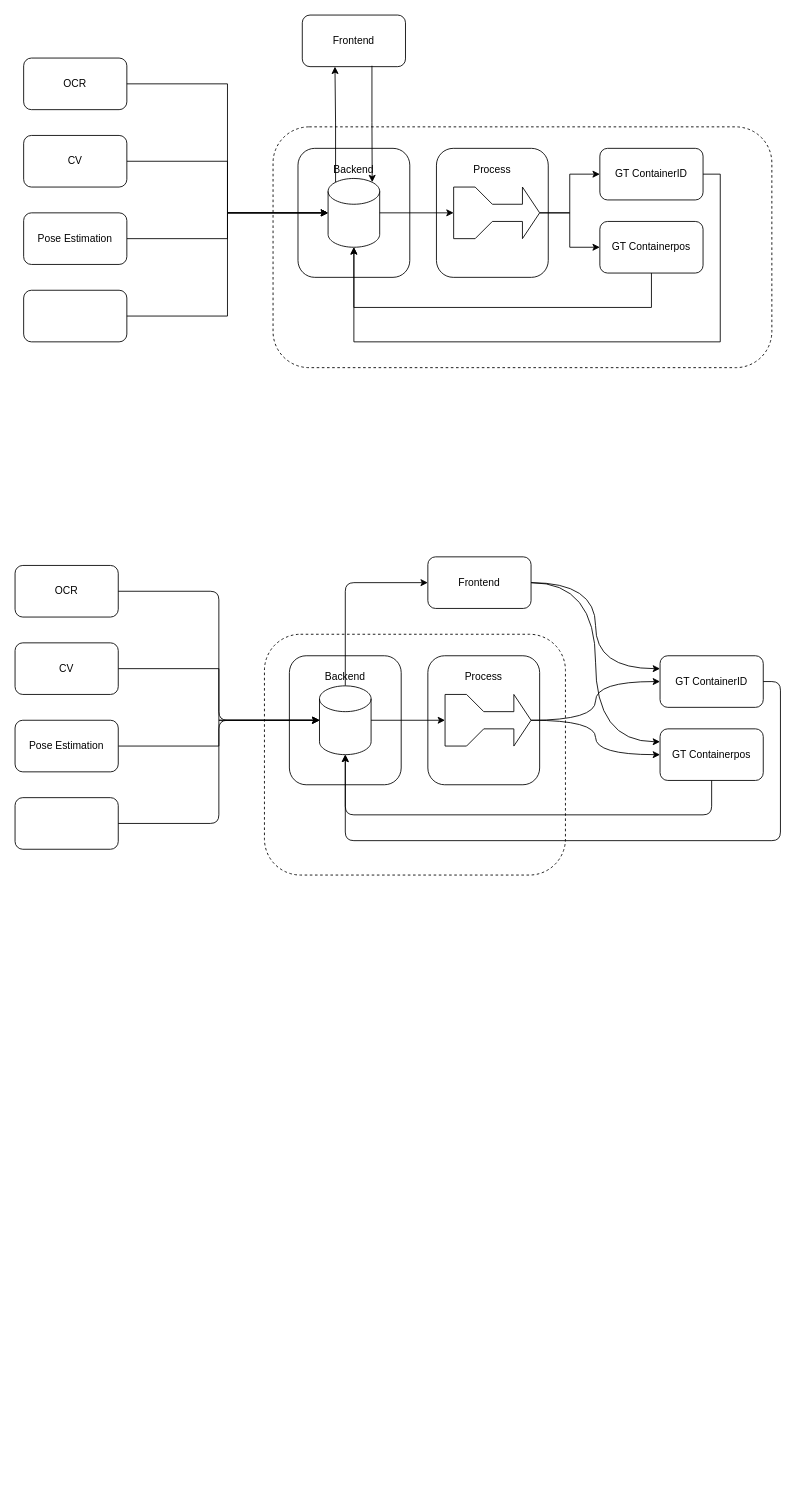
anotherAndre/DrawIO keeps this draw.io diagram as Prozess Stack Kontext.drawio. Above is the earlier version. Source tidied: cells renumbered, new cells numbered last; positions are measured from the earlier drawing's top-left corner, leaving out a move shared by most shapes. Both pictures are drawn from the tidied source at 86%, with x=0, y=0 at pixel (15, 15).
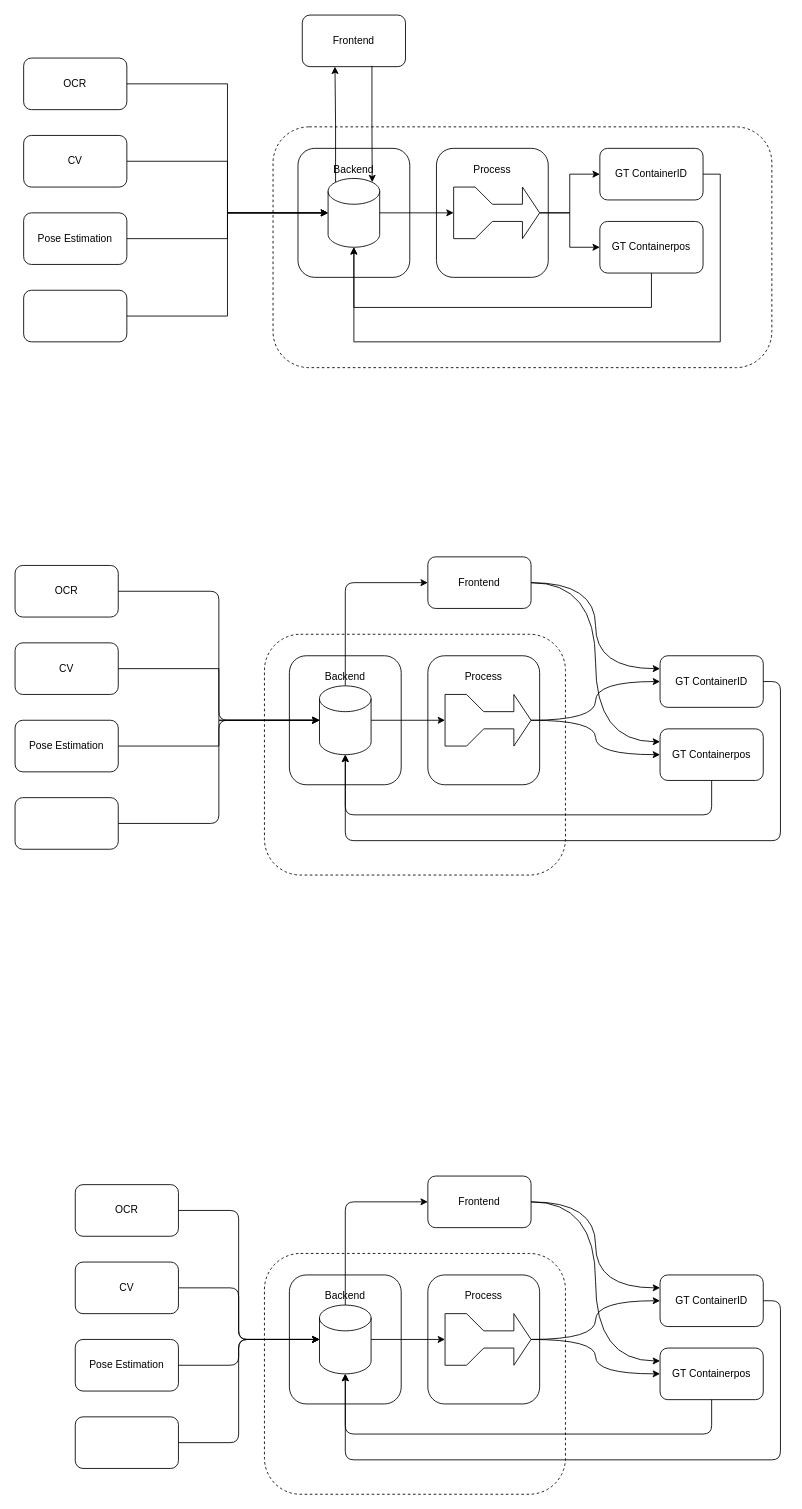
The same page after the edit.

Diff of the diagram source:
```diff
@@
+    <mxCell id="50" style="rounded=1;whiteSpace=wrap;html=1;dashed=1;" parent="1" vertex="1">
+      <mxGeometry x="290" y="1440" width="350" height="280" as="geometry" />
+    </mxCell>
+    <mxCell id="51" value="Process" style="rounded=1;whiteSpace=wrap;html=1;spacingTop=-100;" parent="1" vertex="1">
+      <mxGeometry x="480" y="1465" width="130" height="150" as="geometry" />
+    </mxCell>
+    <mxCell id="52" value="Backend" style="rounded=1;whiteSpace=wrap;html=1;spacingTop=-100;" parent="1" vertex="1">
+      <mxGeometry x="319" y="1465" width="130" height="150" as="geometry" />
+    </mxCell>
+    <mxCell id="53" style="edgeStyle=orthogonalEdgeStyle;rounded=1;jettySize=auto;html=1;exitX=0.5;exitY=0;exitDx=0;exitDy=0;exitPerimeter=0;entryX=0;entryY=0.5;entryDx=0;entryDy=0;curved=0;" parent="1" edge="1" source="54" target="72">
+      <mxGeometry relative="1" as="geometry" />
+    </mxCell>
+    <mxCell id="54" style="shape=cylinder3;whiteSpace=wrap;html=1;boundedLbl=1;backgroundOutline=1;size=15;" parent="1" vertex="1">
+      <mxGeometry x="354" y="1500" width="60" height="80" as="geometry" />
+    </mxCell>
+    <mxCell id="55" value="OCR" style="rounded=1;whiteSpace=wrap;html=1;" parent="1" vertex="1">
+      <mxGeometry x="70" y="1360" width="120" height="60" as="geometry" />
+    </mxCell>
+    <mxCell id="56" style="edgeStyle=orthogonalEdgeStyle;rounded=1;jettySize=auto;html=1;curved=0;" parent="1" edge="1" source="57" target="54">
+      <mxGeometry relative="1" as="geometry">
+        <Array as="points">
+          <mxPoint x="260" y="1480" />
+          <mxPoint x="260" y="1540" />
+        </Array>
+      </mxGeometry>
+    </mxCell>
+    <mxCell id="57" value="CV" style="rounded=1;whiteSpace=wrap;html=1;" parent="1" vertex="1">
+      <mxGeometry x="70" y="1450" width="120" height="60" as="geometry" />
+    </mxCell>
+    <mxCell id="58" style="edgeStyle=orthogonalEdgeStyle;rounded=1;jettySize=auto;html=1;curved=0;" parent="1" edge="1" source="59" target="54">
+      <mxGeometry relative="1" as="geometry">
+        <Array as="points">
+          <mxPoint x="260" y="1570" />
+          <mxPoint x="260" y="1540" />
+        </Array>
+      </mxGeometry>
+    </mxCell>
+    <mxCell id="59" value="Pose Estimation" style="rounded=1;whiteSpace=wrap;html=1;" parent="1" vertex="1">
+      <mxGeometry x="70" y="1540" width="120" height="60" as="geometry" />
+    </mxCell>
+    <mxCell id="60" style="rounded=1;whiteSpace=wrap;html=1;" parent="1" vertex="1">
+      <mxGeometry x="70" y="1630" width="120" height="60" as="geometry" />
+    </mxCell>
+    <mxCell id="61" style="edgeStyle=orthogonalEdgeStyle;rounded=1;jettySize=auto;html=1;entryX=0;entryY=0.5;entryDx=0;entryDy=0;entryPerimeter=0;curved=0;" parent="1" edge="1" source="60" target="54">
+      <mxGeometry relative="1" as="geometry">
+        <Array as="points">
+          <mxPoint x="260" y="1660" />
+          <mxPoint x="260" y="1540" />
+        </Array>
+      </mxGeometry>
+    </mxCell>
+    <mxCell id="62" style="edgeStyle=orthogonalEdgeStyle;rounded=1;jettySize=auto;html=1;entryX=0;entryY=0.5;entryDx=0;entryDy=0;entryPerimeter=0;curved=0;" parent="1" edge="1" source="55" target="54">
+      <mxGeometry relative="1" as="geometry">
+        <Array as="points">
+          <mxPoint x="260" y="1390" />
+          <mxPoint x="260" y="1540" />
+        </Array>
+      </mxGeometry>
+    </mxCell>
+    <mxCell id="63" style="edgeStyle=orthogonalEdgeStyle;rounded=0;jettySize=auto;html=1;exitX=1;exitY=0.5;exitDx=0;exitDy=0;exitPerimeter=0;entryX=0;entryY=0.5;entryDx=0;entryDy=0;curved=1;" parent="1" edge="1" source="66" target="67">
+      <mxGeometry relative="1" as="geometry" />
+    </mxCell>
+    <mxCell id="64" style="edgeStyle=orthogonalEdgeStyle;rounded=0;jettySize=auto;html=1;exitX=1;exitY=0.5;exitDx=0;exitDy=0;exitPerimeter=0;entryX=0;entryY=0.5;entryDx=0;entryDy=0;strokeColor=none;curved=1;" parent="1" edge="1" source="66" target="68">
+      <mxGeometry relative="1" as="geometry" />
+    </mxCell>
+    <mxCell id="65" style="edgeStyle=orthogonalEdgeStyle;rounded=0;jettySize=auto;html=1;exitX=1;exitY=0.5;exitDx=0;exitDy=0;exitPerimeter=0;entryX=0;entryY=0.5;entryDx=0;entryDy=0;curved=1;" parent="1" edge="1" source="66" target="68">
+      <mxGeometry relative="1" as="geometry" />
+    </mxCell>
+    <mxCell id="66" style="html=1;shadow=0;dashed=0;align=center;verticalAlign=middle;shape=mxgraph.arrows2.tailedArrow;dy1=10;dx1=20;notch=0;arrowHead=20;dx2=25;dy2=30;" parent="1" vertex="1">
+      <mxGeometry x="500" y="1510" width="100" height="60" as="geometry" />
+    </mxCell>
+    <mxCell id="67" value="GT ContainerID" style="rounded=1;whiteSpace=wrap;html=1;" parent="1" vertex="1">
+      <mxGeometry x="750" y="1465" width="120" height="60" as="geometry" />
+    </mxCell>
+    <mxCell id="68" value="GT Containerpos" style="rounded=1;whiteSpace=wrap;html=1;" parent="1" vertex="1">
+      <mxGeometry x="750" y="1550" width="120" height="60" as="geometry" />
+    </mxCell>
+    <mxCell id="69" style="edgeStyle=orthogonalEdgeStyle;rounded=0;jettySize=auto;html=1;exitX=1;exitY=0.5;exitDx=0;exitDy=0;exitPerimeter=0;entryX=0;entryY=0.5;entryDx=0;entryDy=0;entryPerimeter=0;" parent="1" edge="1" source="54" target="66">
+      <mxGeometry relative="1" as="geometry" />
+    </mxCell>
+    <mxCell id="70" style="edgeStyle=orthogonalEdgeStyle;rounded=0;jettySize=auto;html=1;entryX=0;entryY=0.25;entryDx=0;entryDy=0;curved=1;" parent="1" edge="1" source="72" target="67">
+      <mxGeometry relative="1" as="geometry" />
+    </mxCell>
+    <mxCell id="71" style="edgeStyle=orthogonalEdgeStyle;rounded=0;jettySize=auto;html=1;entryX=0;entryY=0.25;entryDx=0;entryDy=0;curved=1;" parent="1" edge="1" source="72" target="68">
+      <mxGeometry relative="1" as="geometry" />
+    </mxCell>
+    <mxCell id="72" value="Frontend" style="rounded=1;whiteSpace=wrap;html=1;" parent="1" vertex="1">
+      <mxGeometry x="480" y="1350" width="120" height="60" as="geometry" />
+    </mxCell>
+    <mxCell id="73" style="edgeStyle=orthogonalEdgeStyle;rounded=1;jettySize=auto;html=1;entryX=0.5;entryY=1;entryDx=0;entryDy=0;entryPerimeter=0;curved=0;" parent="1" edge="1" source="68" target="54">
+      <mxGeometry relative="1" as="geometry">
+        <Array as="points">
+          <mxPoint x="810" y="1650" />
+          <mxPoint x="384" y="1650" />
+        </Array>
+      </mxGeometry>
+    </mxCell>
+    <mxCell id="74" style="edgeStyle=orthogonalEdgeStyle;rounded=1;jettySize=auto;html=1;exitX=1;exitY=0.5;exitDx=0;exitDy=0;entryX=0.5;entryY=1;entryDx=0;entryDy=0;entryPerimeter=0;curved=0;" parent="1" edge="1" source="67" target="54">
+      <mxGeometry relative="1" as="geometry">
+        <Array as="points">
+          <mxPoint x="890" y="1495" />
+          <mxPoint x="890" y="1680" />
+          <mxPoint x="384" y="1680" />
+        </Array>
+      </mxGeometry>
+    </mxCell>
```
